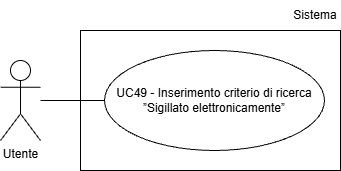
Earlier version of the draw.io export assets/Use_Case_Diagrams/UC49.png (Team-Three-Technologies/Documenti). Source tidied: cells renumbered, new cells last; positions are measured from the earlier drawing's top-left corner, leaving out a move shared by most shapes.
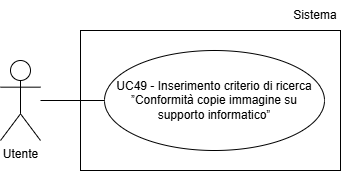
Later version of the same file.

Diff of the diagram source:
```diff
@@ -5,19 +5,19 @@
     <mxCell id="2" value="Utente" style="shape=umlActor;verticalLabelPosition=bottom;verticalAlign=top;html=1;" parent="1" vertex="1">
       <mxGeometry y="60" width="40" height="80" as="geometry" />
     </mxCell>
-    <mxCell id="3" value="UC49 - Inserimento criterio di ricerca ”Sigillato elettronicamente”" style="ellipse;whiteSpace=wrap;html=1;align=center;" parent="1" vertex="1">
-      <mxGeometry x="104" y="50" width="220" height="100" as="geometry" />
-    </mxCell>
-    <mxCell id="4" style="endArrow=none;html=1;rounded=0;entryX=0;entryY=0.5;entryDx=0;entryDy=0;" parent="1" edge="1" target="3">
-      <mxGeometry relative="1" as="geometry">
-        <mxPoint x="40" y="100" as="sourcePoint" />
-      </mxGeometry>
-    </mxCell>
-    <mxCell id="5" style="rounded=0;whiteSpace=wrap;html=1;fillColor=none;" parent="1" vertex="1">
-      <mxGeometry x="80" y="30" width="260" height="140" as="geometry" />
-    </mxCell>
+    <mxCell id="7" value="&lt;div&gt;UC49 - Inserimento criterio di ricerca ”Conformità copie immagine su&lt;/div&gt;&lt;div&gt;supporto informatico”&lt;/div&gt;" style="ellipse;whiteSpace=wrap;html=1;align=center;" parent="1" vertex="1">
+      <mxGeometry x="104" y="50" width="220" height="100" as="geometry" />
+    </mxCell>
+    <mxCell id="8" style="endArrow=none;html=1;rounded=0;entryX=0;entryY=0.5;entryDx=0;entryDy=0;" parent="1" edge="1" target="7">
+      <mxGeometry relative="1" as="geometry">
+        <mxPoint x="40" y="100" as="sourcePoint" />
+      </mxGeometry>
+    </mxCell>
     <mxCell id="6" value="Sistema" style="text;html=1;whiteSpace=wrap;strokeColor=none;fillColor=none;align=center;verticalAlign=middle;rounded=0;" parent="1" vertex="1">
       <mxGeometry x="290" width="50" height="30" as="geometry" />
     </mxCell>
+    <mxCell id="9" style="rounded=0;whiteSpace=wrap;html=1;fillColor=none;" parent="1" vertex="1">
+      <mxGeometry x="80" y="30" width="260" height="140" as="geometry" />
+    </mxCell>
   </root>
 </mxGraphModel>
```
